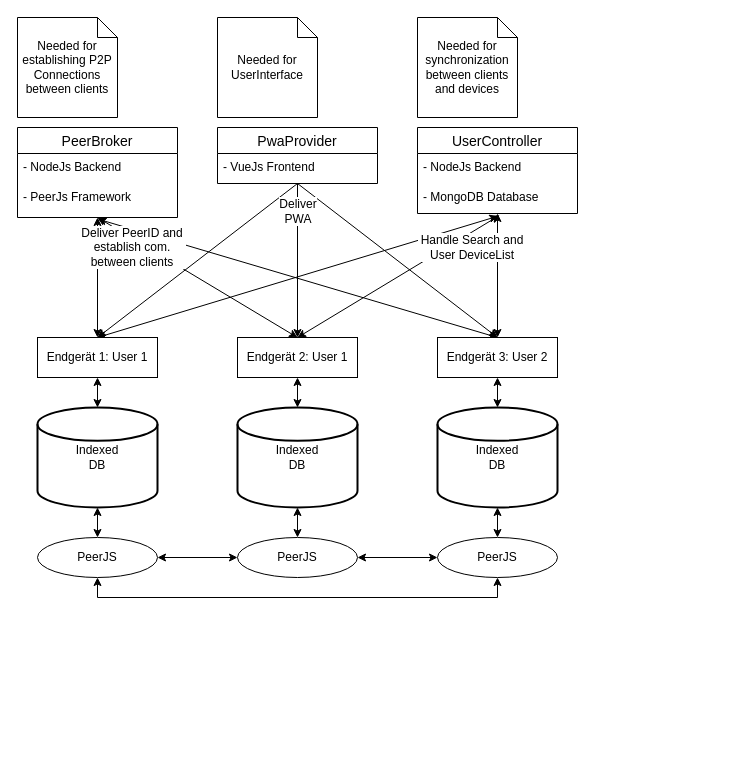
Before: PPSS21_Mai_Systemarchitektur.drawio in Inf166/design-concept-sharing-recipes, a draw.io diagram. Source tidied: cells renumbered, new cells numbered last; positions are measured from the earlier drawing's top-left corner, leaving out a move shared by most shapes. Both pictures are drawn from the tidied source at 100%, with x=0, y=0 at pixel (17, 17).
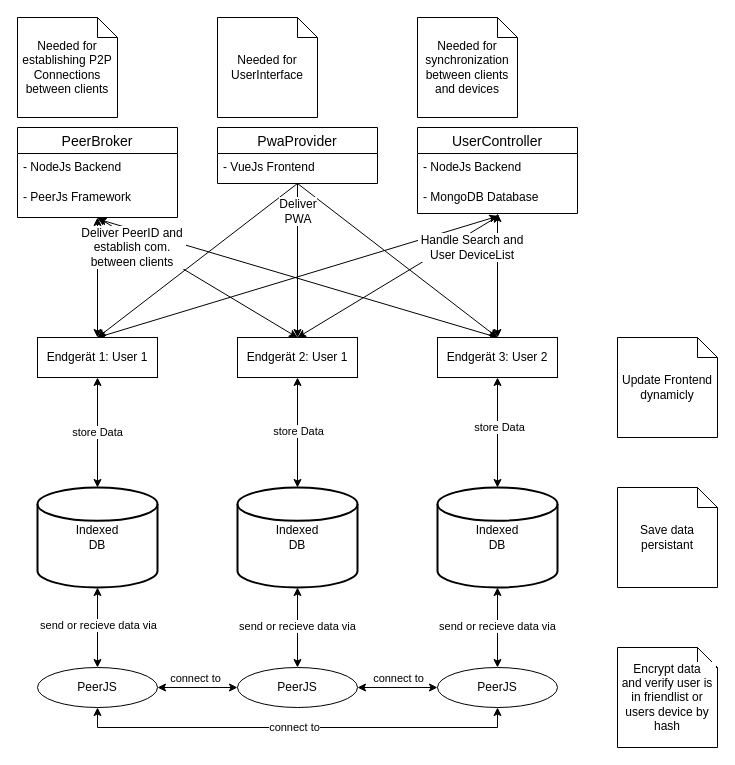
After the change.

The change refers to these unchanged cells:
```xml
<mxCell id="14" style="edgeStyle=orthogonalEdgeStyle;rounded=0;jettySize=auto;html=1;exitX=0.5;exitY=0;exitDx=0;exitDy=0;exitPerimeter=0;entryX=0.5;entryY=1;entryDx=0;entryDy=0;startArrow=classic;startFill=1;" parent="1" edge="1" source="15" target="5">
  <mxGeometry relative="1" as="geometry" />
</mxCell>
<mxCell id="16" style="edgeStyle=orthogonalEdgeStyle;rounded=0;jettySize=auto;html=1;exitX=0.5;exitY=0;exitDx=0;exitDy=0;exitPerimeter=0;entryX=0.5;entryY=1;entryDx=0;entryDy=0;startArrow=classic;startFill=1;" parent="1" edge="1" source="17" target="9">
  <mxGeometry relative="1" as="geometry" />
</mxCell>
<mxCell id="18" style="edgeStyle=orthogonalEdgeStyle;rounded=0;jettySize=auto;html=1;exitX=0.5;exitY=0;exitDx=0;exitDy=0;exitPerimeter=0;entryX=0.5;entryY=1;entryDx=0;entryDy=0;startArrow=classic;startFill=1;" parent="1" edge="1" source="19" target="13">
  <mxGeometry relative="1" as="geometry" />
</mxCell>
<mxCell id="20" style="edgeStyle=orthogonalEdgeStyle;rounded=0;jettySize=auto;html=1;exitX=1;exitY=0.5;exitDx=0;exitDy=0;entryX=0;entryY=0.5;entryDx=0;entryDy=0;startArrow=classic;startFill=1;" parent="1" edge="1" source="23" target="26">
  <mxGeometry relative="1" as="geometry" />
</mxCell>
<mxCell id="21" style="edgeStyle=orthogonalEdgeStyle;rounded=0;jettySize=auto;html=1;exitX=0.5;exitY=0;exitDx=0;exitDy=0;entryX=0.5;entryY=1;entryDx=0;entryDy=0;entryPerimeter=0;startArrow=classic;startFill=1;" parent="1" edge="1" source="23" target="15">
  <mxGeometry relative="1" as="geometry" />
</mxCell>
<mxCell id="22" style="edgeStyle=orthogonalEdgeStyle;rounded=0;jettySize=auto;html=1;exitX=0.5;exitY=1;exitDx=0;exitDy=0;entryX=0.5;entryY=1;entryDx=0;entryDy=0;startArrow=classic;startFill=1;" parent="1" edge="1" source="23" target="28">
  <mxGeometry relative="1" as="geometry" />
</mxCell>
<mxCell id="24" style="edgeStyle=orthogonalEdgeStyle;rounded=0;jettySize=auto;html=1;exitX=1;exitY=0.5;exitDx=0;exitDy=0;entryX=0;entryY=0.5;entryDx=0;entryDy=0;startArrow=classic;startFill=1;" parent="1" edge="1" source="26" target="28">
  <mxGeometry relative="1" as="geometry" />
</mxCell>
<mxCell id="25" style="edgeStyle=orthogonalEdgeStyle;rounded=0;jettySize=auto;html=1;exitX=0.5;exitY=0;exitDx=0;exitDy=0;entryX=0.5;entryY=1;entryDx=0;entryDy=0;entryPerimeter=0;startArrow=classic;startFill=1;" parent="1" edge="1" source="26" target="17">
  <mxGeometry relative="1" as="geometry" />
</mxCell>
<mxCell id="27" style="edgeStyle=orthogonalEdgeStyle;rounded=0;jettySize=auto;html=1;exitX=0.5;exitY=0;exitDx=0;exitDy=0;entryX=0.5;entryY=1;entryDx=0;entryDy=0;entryPerimeter=0;startArrow=classic;startFill=1;" parent="1" edge="1" source="28" target="19">
  <mxGeometry relative="1" as="geometry" />
</mxCell>
```

Change to the diagram source:
```diff
@@
+    <mxCell id="43" value="store Data" style="edgeLabel;html=1;align=center;verticalAlign=middle;" parent="14" vertex="1">
+      <mxGeometry x="0.01" y="1" relative="1" as="geometry" />
+    </mxCell>
     <mxCell id="15" value="Indexed&lt;br&gt;DB" style="strokeWidth=2;html=1;shape=mxgraph.flowchart.database;whiteSpace=wrap;" parent="1" vertex="1">
-      <mxGeometry x="20" y="390" width="120" height="100" as="geometry" />
+      <mxGeometry x="20" y="470" width="120" height="100" as="geometry" />
     </mxCell>
@@
+    <mxCell id="44" value="store Data" style="edgeLabel;html=1;align=center;verticalAlign=middle;" parent="16" vertex="1">
+      <mxGeometry x="0.03" relative="1" as="geometry" />
+    </mxCell>
     <mxCell id="17" value="Indexed&lt;br&gt;DB" style="strokeWidth=2;html=1;shape=mxgraph.flowchart.database;whiteSpace=wrap;" parent="1" vertex="1">
-      <mxGeometry x="220" y="390" width="120" height="100" as="geometry" />
+      <mxGeometry x="220" y="470" width="120" height="100" as="geometry" />
     </mxCell>
@@
+    <mxCell id="45" value="store Data" style="edgeLabel;html=1;align=center;verticalAlign=middle;" parent="18" vertex="1">
+      <mxGeometry x="0.1" y="-1" relative="1" as="geometry" />
+    </mxCell>
     <mxCell id="19" value="Indexed&lt;br&gt;DB" style="strokeWidth=2;html=1;shape=mxgraph.flowchart.database;whiteSpace=wrap;" parent="1" vertex="1">
-      <mxGeometry x="420" y="390" width="120" height="100" as="geometry" />
+      <mxGeometry x="420" y="470" width="120" height="100" as="geometry" />
     </mxCell>
@@
+    <mxCell id="46" value="connect to" style="edgeLabel;html=1;align=center;verticalAlign=middle;" parent="20" vertex="1">
+      <mxGeometry x="-0.07" relative="1" as="geometry">
+        <mxPoint y="-10" as="offset" />
+      </mxGeometry>
+    </mxCell>
@@
+    <mxCell id="47" value="send or recieve data via" style="edgeLabel;html=1;align=center;verticalAlign=middle;" parent="21" vertex="1">
+      <mxGeometry x="0.07" relative="1" as="geometry" />
+    </mxCell>
@@
+    <mxCell id="48" value="connect to" style="edgeLabel;html=1;align=center;verticalAlign=middle;" parent="22" vertex="1">
+      <mxGeometry x="-0.02" y="1" relative="1" as="geometry" />
+    </mxCell>
     <mxCell id="23" value="PeerJS" style="ellipse;whiteSpace=wrap;html=1;align=center;" parent="1" vertex="1">
-      <mxGeometry x="20" y="520" width="120" height="40" as="geometry" />
+      <mxGeometry x="20" y="650" width="120" height="40" as="geometry" />
     </mxCell>
@@
+    <mxCell id="49" value="connect to" style="edgeLabel;html=1;align=center;verticalAlign=middle;" parent="24" vertex="1">
+      <mxGeometry x="-0.36" relative="1" as="geometry">
+        <mxPoint x="14.2" y="-10" as="offset" />
+      </mxGeometry>
+    </mxCell>
@@
+    <mxCell id="50" value="send or recieve data via" style="edgeLabel;html=1;align=center;verticalAlign=middle;" parent="25" vertex="1">
+      <mxGeometry x="0.05" y="1" relative="1" as="geometry" />
+    </mxCell>
     <mxCell id="26" value="PeerJS" style="ellipse;whiteSpace=wrap;html=1;align=center;" parent="1" vertex="1">
-      <mxGeometry x="220" y="520" width="120" height="40" as="geometry" />
+      <mxGeometry x="220" y="650" width="120" height="40" as="geometry" />
     </mxCell>
@@
+    <mxCell id="51" value="send or recieve data via" style="edgeLabel;html=1;align=center;verticalAlign=middle;" parent="27" vertex="1">
+      <mxGeometry x="0.05" y="1" relative="1" as="geometry" />
+    </mxCell>
     <mxCell id="28" value="PeerJS" style="ellipse;whiteSpace=wrap;html=1;align=center;" parent="1" vertex="1">
-      <mxGeometry x="420" y="520" width="120" height="40" as="geometry" />
+      <mxGeometry x="420" y="650" width="120" height="40" as="geometry" />
     </mxCell>
@@
+    <mxCell id="52" value="Encrypt data&lt;br&gt;and verify user is in friendlist or users device by hash" style="shape=note;size=20;whiteSpace=wrap;html=1;labelBackgroundColor=#ffffff;fillColor=#ffffff;" parent="1" vertex="1">
+      <mxGeometry x="600" y="630" width="100" height="100" as="geometry" />
+    </mxCell>
+    <mxCell id="53" value="Save data persistant" style="shape=note;size=20;whiteSpace=wrap;html=1;labelBackgroundColor=#ffffff;fillColor=#ffffff;" parent="1" vertex="1">
+      <mxGeometry x="600" y="470" width="100" height="100" as="geometry" />
+    </mxCell>
+    <mxCell id="54" value="Update Frontend dynamicly" style="shape=note;size=20;whiteSpace=wrap;html=1;labelBackgroundColor=#ffffff;fillColor=#ffffff;" parent="1" vertex="1">
+      <mxGeometry x="600" y="320" width="100" height="100" as="geometry" />
+    </mxCell>
```
